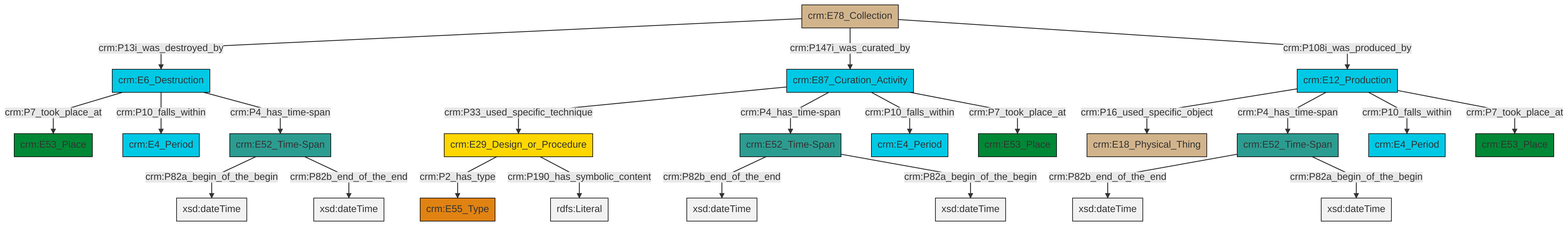
Earlier version of the Mermaid export et/archivalCSV/ttl/mmd/png/archival_existence.png (swiss-art-research-net/docs.swissartresearch). Its source is kept beside it as et/archivalCSV/ttl/mmd/archival_existence.ttl.mmd. The source it was exported from:
```mermaid
graph TD
classDef Literal fill:#f2f2f2,stroke:#000000;
classDef CRM_Entity fill:#FFFFFF,stroke:#000000;
classDef Temporal_Entity fill:#00C9E6, stroke:#000000;
classDef Type fill:#E18312, stroke:#000000;
classDef Time-Span fill:#2C9C91, stroke:#000000;
classDef Appellation fill:#FFEB7F, stroke:#000000;
classDef Place fill:#008836, stroke:#000000;
classDef Persistent_Item fill:#B266B2, stroke:#000000;
classDef Conceptual_Object fill:#FFD700, stroke:#000000;
classDef Physical_Thing fill:#D2B48C, stroke:#000000;
classDef Actor fill:#f58aad, stroke:#000000;
classDef PC_Classes fill:#4ce600, stroke:#000000;
classDef Multi fill:#cccccc,stroke:#000000;

2["crm:E52_Time-Span"]:::Time-Span -->|crm:P82b_end_of_the_end| 3[xsd:dateTime]:::Literal
6["crm:E12_Production"]:::Temporal_Entity -->|crm:P16_used_specific_object| 7["crm:E18_Physical_Thing"]:::Physical_Thing
8["crm:E87_Curation_Activity"]:::Temporal_Entity -->|crm:P33_used_specific_technique| 9["crm:E29_Design_or_Procedure"]:::Conceptual_Object
11["crm:E6_Destruction"]:::Temporal_Entity -->|crm:P7_took_place_at| 0["crm:E53_Place"]:::Place
4["crm:E78_Collection"]:::Physical_Thing -->|crm:P13i_was_destroyed_by| 11["crm:E6_Destruction"]:::Temporal_Entity
11["crm:E6_Destruction"]:::Temporal_Entity -->|crm:P10_falls_within| 18["crm:E4_Period"]:::Temporal_Entity
4["crm:E78_Collection"]:::Physical_Thing -->|crm:P147i_was_curated_by| 8["crm:E87_Curation_Activity"]:::Temporal_Entity
8["crm:E87_Curation_Activity"]:::Temporal_Entity -->|crm:P4_has_time-span| 12["crm:E52_Time-Span"]:::Time-Span
12["crm:E52_Time-Span"]:::Time-Span -->|crm:P82b_end_of_the_end| 19[xsd:dateTime]:::Literal
9["crm:E29_Design_or_Procedure"]:::Conceptual_Object -->|crm:P2_has_type| 14["crm:E55_Type"]:::Type
20["crm:E52_Time-Span"]:::Time-Span -->|crm:P82a_begin_of_the_begin| 21[xsd:dateTime]:::Literal
6["crm:E12_Production"]:::Temporal_Entity -->|crm:P4_has_time-span| 2["crm:E52_Time-Span"]:::Time-Span
6["crm:E12_Production"]:::Temporal_Entity -->|crm:P10_falls_within| 16["crm:E4_Period"]:::Temporal_Entity
9["crm:E29_Design_or_Procedure"]:::Conceptual_Object -->|crm:P190_has_symbolic_content| 23[rdfs:Literal]:::Literal
2["crm:E52_Time-Span"]:::Time-Span -->|crm:P82a_begin_of_the_begin| 28[xsd:dateTime]:::Literal
8["crm:E87_Curation_Activity"]:::Temporal_Entity -->|crm:P10_falls_within| 29["crm:E4_Period"]:::Temporal_Entity
20["crm:E52_Time-Span"]:::Time-Span -->|crm:P82b_end_of_the_end| 30[xsd:dateTime]:::Literal
4["crm:E78_Collection"]:::Physical_Thing -->|crm:P108i_was_produced_by| 6["crm:E12_Production"]:::Temporal_Entity
8["crm:E87_Curation_Activity"]:::Temporal_Entity -->|crm:P7_took_place_at| 33["crm:E53_Place"]:::Place
11["crm:E6_Destruction"]:::Temporal_Entity -->|crm:P4_has_time-span| 20["crm:E52_Time-Span"]:::Time-Span
6["crm:E12_Production"]:::Temporal_Entity -->|crm:P7_took_place_at| 25["crm:E53_Place"]:::Place
12["crm:E52_Time-Span"]:::Time-Span -->|crm:P82a_begin_of_the_begin| 37[xsd:dateTime]:::Literal
```
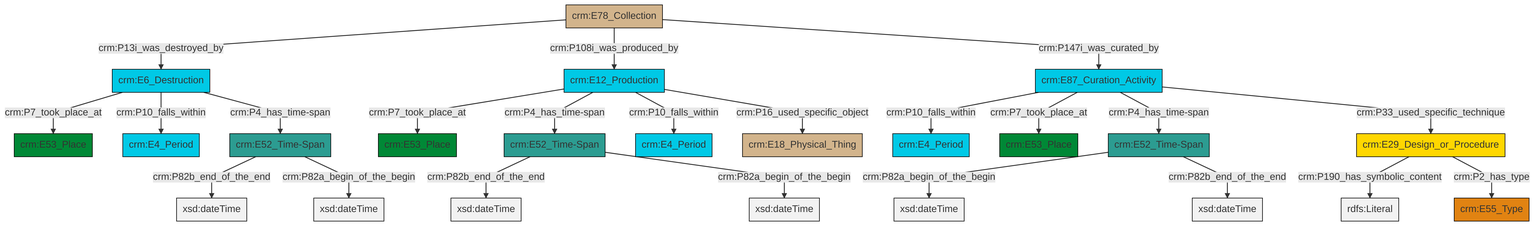
The same file after the commit.

The edit, as a diff of the source:
```diff
@@ -13,25 +13,25 @@
 classDef PC_Classes fill:#4ce600, stroke:#000000;
 classDef Multi fill:#cccccc,stroke:#000000;
 
-2["crm:E52_Time-Span"]:::Time-Span -->|crm:P82b_end_of_the_end| 3[xsd:dateTime]:::Literal
-6["crm:E12_Production"]:::Temporal_Entity -->|crm:P16_used_specific_object| 7["crm:E18_Physical_Thing"]:::Physical_Thing
-8["crm:E87_Curation_Activity"]:::Temporal_Entity -->|crm:P33_used_specific_technique| 9["crm:E29_Design_or_Procedure"]:::Conceptual_Object
-11["crm:E6_Destruction"]:::Temporal_Entity -->|crm:P7_took_place_at| 0["crm:E53_Place"]:::Place
-4["crm:E78_Collection"]:::Physical_Thing -->|crm:P13i_was_destroyed_by| 11["crm:E6_Destruction"]:::Temporal_Entity
-11["crm:E6_Destruction"]:::Temporal_Entity -->|crm:P10_falls_within| 18["crm:E4_Period"]:::Temporal_Entity
-4["crm:E78_Collection"]:::Physical_Thing -->|crm:P147i_was_curated_by| 8["crm:E87_Curation_Activity"]:::Temporal_Entity
-8["crm:E87_Curation_Activity"]:::Temporal_Entity -->|crm:P4_has_time-span| 12["crm:E52_Time-Span"]:::Time-Span
-12["crm:E52_Time-Span"]:::Time-Span -->|crm:P82b_end_of_the_end| 19[xsd:dateTime]:::Literal
-9["crm:E29_Design_or_Procedure"]:::Conceptual_Object -->|crm:P2_has_type| 14["crm:E55_Type"]:::Type
-20["crm:E52_Time-Span"]:::Time-Span -->|crm:P82a_begin_of_the_begin| 21[xsd:dateTime]:::Literal
-6["crm:E12_Production"]:::Temporal_Entity -->|crm:P4_has_time-span| 2["crm:E52_Time-Span"]:::Time-Span
-6["crm:E12_Production"]:::Temporal_Entity -->|crm:P10_falls_within| 16["crm:E4_Period"]:::Temporal_Entity
-9["crm:E29_Design_or_Procedure"]:::Conceptual_Object -->|crm:P190_has_symbolic_content| 23[rdfs:Literal]:::Literal
-2["crm:E52_Time-Span"]:::Time-Span -->|crm:P82a_begin_of_the_begin| 28[xsd:dateTime]:::Literal
-8["crm:E87_Curation_Activity"]:::Temporal_Entity -->|crm:P10_falls_within| 29["crm:E4_Period"]:::Temporal_Entity
-20["crm:E52_Time-Span"]:::Time-Span -->|crm:P82b_end_of_the_end| 30[xsd:dateTime]:::Literal
-4["crm:E78_Collection"]:::Physical_Thing -->|crm:P108i_was_produced_by| 6["crm:E12_Production"]:::Temporal_Entity
-8["crm:E87_Curation_Activity"]:::Temporal_Entity -->|crm:P7_took_place_at| 33["crm:E53_Place"]:::Place
-11["crm:E6_Destruction"]:::Temporal_Entity -->|crm:P4_has_time-span| 20["crm:E52_Time-Span"]:::Time-Span
-6["crm:E12_Production"]:::Temporal_Entity -->|crm:P7_took_place_at| 25["crm:E53_Place"]:::Place
-12["crm:E52_Time-Span"]:::Time-Span -->|crm:P82a_begin_of_the_begin| 37[xsd:dateTime]:::Literal
+2["crm:E87_Curation_Activity"]:::Temporal_Entity -->|crm:P10_falls_within| 3["crm:E4_Period"]:::Temporal_Entity
+6["crm:E78_Collection"]:::Physical_Thing -->|crm:P13i_was_destroyed_by| 7["crm:E6_Destruction"]:::Temporal_Entity
+2["crm:E87_Curation_Activity"]:::Temporal_Entity -->|crm:P7_took_place_at| 4["crm:E53_Place"]:::Place
+14["crm:E12_Production"]:::Temporal_Entity -->|crm:P7_took_place_at| 15["crm:E53_Place"]:::Place
+10["crm:E52_Time-Span"]:::Time-Span -->|crm:P82b_end_of_the_end| 17[xsd:dateTime]:::Literal
+6["crm:E78_Collection"]:::Physical_Thing -->|crm:P108i_was_produced_by| 14["crm:E12_Production"]:::Temporal_Entity
+21["crm:E52_Time-Span"]:::Time-Span -->|crm:P82b_end_of_the_end| 22[xsd:dateTime]:::Literal
+7["crm:E6_Destruction"]:::Temporal_Entity -->|crm:P7_took_place_at| 23["crm:E53_Place"]:::Place
+25["crm:E52_Time-Span"]:::Time-Span -->|crm:P82a_begin_of_the_begin| 26[xsd:dateTime]:::Literal
+7["crm:E6_Destruction"]:::Temporal_Entity -->|crm:P10_falls_within| 27["crm:E4_Period"]:::Temporal_Entity
+14["crm:E12_Production"]:::Temporal_Entity -->|crm:P4_has_time-span| 10["crm:E52_Time-Span"]:::Time-Span
+10["crm:E52_Time-Span"]:::Time-Span -->|crm:P82a_begin_of_the_begin| 31[xsd:dateTime]:::Literal
+2["crm:E87_Curation_Activity"]:::Temporal_Entity -->|crm:P4_has_time-span| 25["crm:E52_Time-Span"]:::Time-Span
+7["crm:E6_Destruction"]:::Temporal_Entity -->|crm:P4_has_time-span| 21["crm:E52_Time-Span"]:::Time-Span
+25["crm:E52_Time-Span"]:::Time-Span -->|crm:P82b_end_of_the_end| 36[xsd:dateTime]:::Literal
+14["crm:E12_Production"]:::Temporal_Entity -->|crm:P10_falls_within| 19["crm:E4_Period"]:::Temporal_Entity
+6["crm:E78_Collection"]:::Physical_Thing -->|crm:P147i_was_curated_by| 2["crm:E87_Curation_Activity"]:::Temporal_Entity
+14["crm:E12_Production"]:::Temporal_Entity -->|crm:P16_used_specific_object| 8["crm:E18_Physical_Thing"]:::Physical_Thing
+2["crm:E87_Curation_Activity"]:::Temporal_Entity -->|crm:P33_used_specific_technique| 0["crm:E29_Design_or_Procedure"]:::Conceptual_Object
+0["crm:E29_Design_or_Procedure"]:::Conceptual_Object -->|crm:P190_has_symbolic_content| 37[rdfs:Literal]:::Literal
+0["crm:E29_Design_or_Procedure"]:::Conceptual_Object -->|crm:P2_has_type| 12["crm:E55_Type"]:::Type
+21["crm:E52_Time-Span"]:::Time-Span -->|crm:P82a_begin_of_the_begin| 38[xsd:dateTime]:::Literal
```
